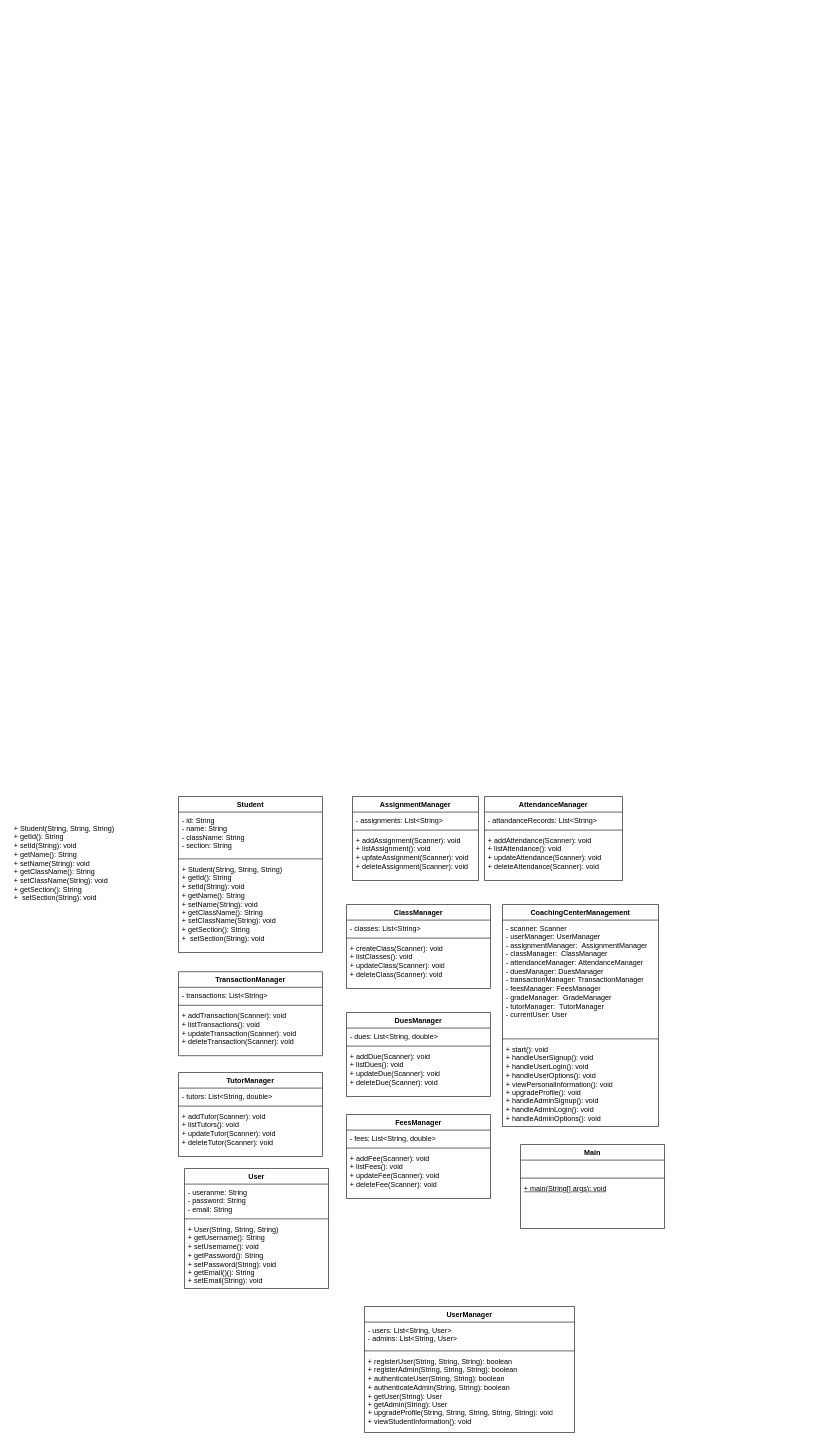
Above: Class Diagram.drawio in istewakhassantewak/Java-project-OOD (draw.io), before the change. Source tidied: cells renumbered, new cells numbered last; positions are measured from the earlier drawing's top-left corner, leaving out a move shared by most shapes. Both pictures are drawn from the tidied source at 60%, with x=0, y=0 at pixel (10, 796).
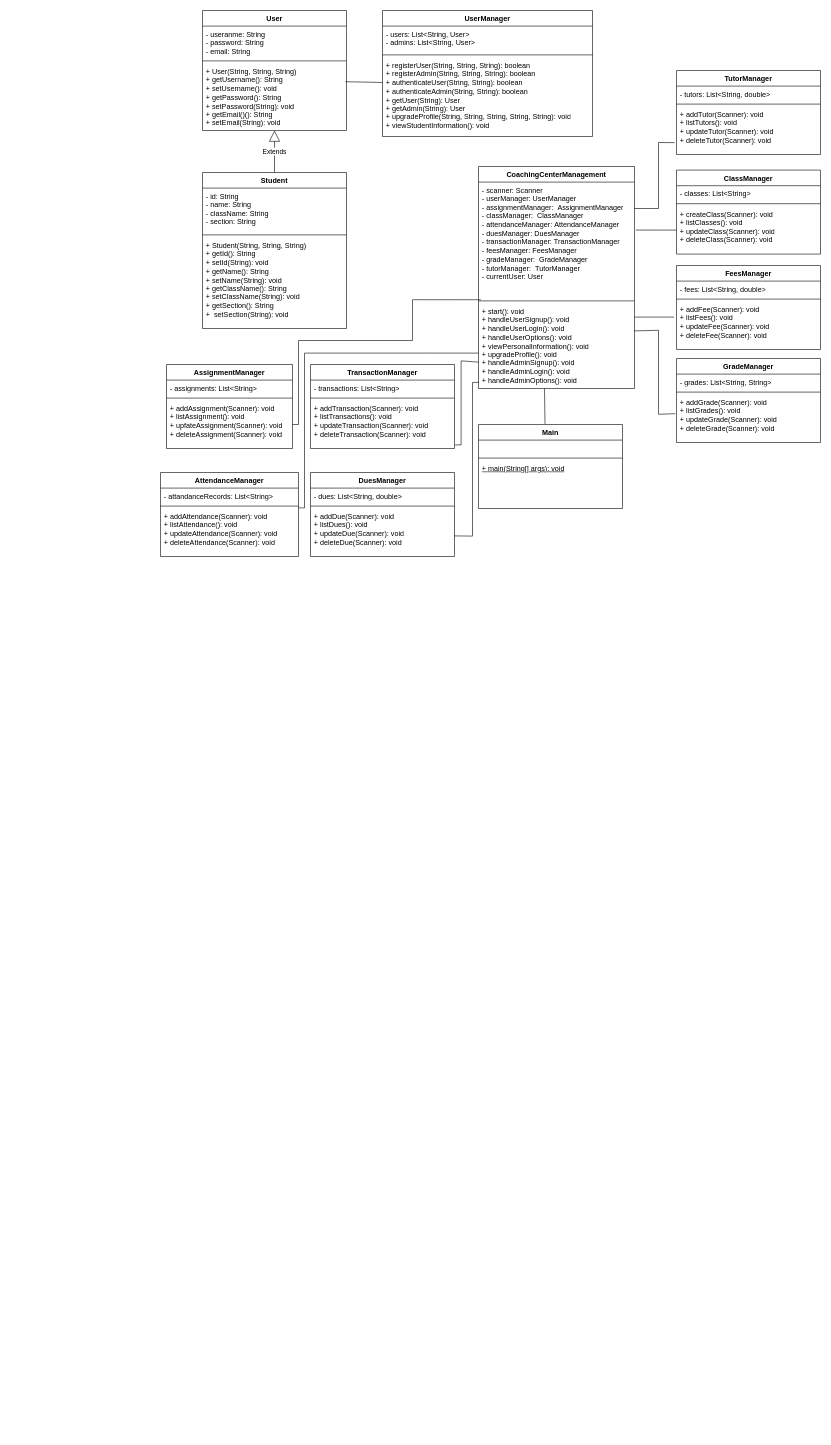
The same page after the edit.

Unchanged cells that the change refers to:
```xml
<mxCell id="5" value="+ addAssignment(Scanner): void&lt;div&gt;+ listAssignment()&lt;span style=&quot;background-color: initial;&quot;&gt;: void&lt;/span&gt;&lt;/div&gt;&lt;div&gt;+ upfateAssignment(Scanner)&lt;span style=&quot;background-color: initial;&quot;&gt;: void&lt;/span&gt;&lt;/div&gt;&lt;div&gt;+ deleteAssignment(Scanner)&lt;span style=&quot;background-color: initial;&quot;&gt;: void&lt;/span&gt;&lt;/div&gt;" style="text;strokeColor=none;fillColor=none;align=left;verticalAlign=top;spacingLeft=4;spacingRight=4;overflow=hidden;points=[[0,0.5],[1,0.5]];portConstraint=eastwest;whiteSpace=wrap;html=1;" parent="2" vertex="1">
  <mxGeometry y="60" width="210" height="80" as="geometry" />
</mxCell>
<mxCell id="13" value="&lt;div&gt;+ createClass(Scanner)&lt;span style=&quot;background-color: initial;&quot;&gt;: void&lt;/span&gt;&lt;/div&gt;&lt;div&gt;+ listClasses()&lt;span style=&quot;background-color: initial;&quot;&gt;: void&lt;/span&gt;&lt;/div&gt;&lt;div&gt;+ updateClass(Scanner)&lt;span style=&quot;background-color: initial;&quot;&gt;: void&lt;/span&gt;&lt;/div&gt;&lt;div&gt;+ deleteClass(Scanner)&lt;span style=&quot;background-color: initial;&quot;&gt;: void&lt;/span&gt;&lt;/div&gt;&lt;div&gt;&lt;br&gt;&lt;/div&gt;" style="text;strokeColor=none;fillColor=none;align=left;verticalAlign=top;spacingLeft=4;spacingRight=4;overflow=hidden;points=[[0,0.5],[1,0.5]];portConstraint=eastwest;whiteSpace=wrap;html=1;" parent="10" vertex="1">
  <mxGeometry y="60" width="240" height="80" as="geometry" />
</mxCell>
<mxCell id="15" value="&lt;div&gt;- scanner&lt;span style=&quot;background-color: initial;&quot;&gt;:&amp;nbsp;&lt;/span&gt;&lt;span style=&quot;background-color: initial;&quot;&gt;Scanner&lt;/span&gt;&lt;span style=&quot;background-color: initial;&quot;&gt;&amp;nbsp;&lt;/span&gt;&lt;/div&gt;&lt;div&gt;- userManager:&amp;nbsp;&lt;span style=&quot;background-color: initial;&quot;&gt;UserManager&lt;/span&gt;&lt;/div&gt;&lt;div&gt;- assignmentManager:&amp;nbsp;&lt;span style=&quot;background-color: initial;&quot;&gt;&amp;nbsp;&lt;/span&gt;&lt;span style=&quot;background-color: initial;&quot;&gt;AssignmentManager&lt;/span&gt;&lt;/div&gt;&lt;div&gt;- classManager:&amp;nbsp;&lt;span style=&quot;background-color: initial;&quot;&gt;&amp;nbsp;&lt;/span&gt;&lt;span style=&quot;background-color: initial;&quot;&gt;ClassManager&lt;/span&gt;&lt;/div&gt;&lt;div&gt;- attendanceManager:&lt;span style=&quot;background-color: initial;&quot;&gt;&amp;nbsp;&lt;/span&gt;&lt;span style=&quot;background-color: initial;&quot;&gt;AttendanceManager&lt;/span&gt;&lt;/div&gt;&lt;div&gt;- duesManager:&lt;span style=&quot;background-color: initial;&quot;&gt;&amp;nbsp;&lt;/span&gt;&lt;span style=&quot;background-color: initial;&quot;&gt;DuesManager&lt;/span&gt;&lt;/div&gt;&lt;div&gt;- transactionManager:&lt;span style=&quot;background-color: initial;&quot;&gt;&amp;nbsp;&lt;/span&gt;&lt;span style=&quot;background-color: initial;&quot;&gt;TransactionManager&lt;/span&gt;&lt;/div&gt;&lt;div&gt;- feesManager:&amp;nbsp;&lt;span style=&quot;background-color: initial;&quot;&gt;FeesManager&lt;/span&gt;&lt;/div&gt;&lt;div&gt;- gradeManager:&amp;nbsp;&lt;span style=&quot;background-color: initial;&quot;&gt;&amp;nbsp;&lt;/span&gt;&lt;span style=&quot;background-color: initial;&quot;&gt;GradeManager&lt;/span&gt;&lt;/div&gt;&lt;div&gt;- tutorManager:&amp;nbsp;&lt;span style=&quot;background-color: initial;&quot;&gt;&amp;nbsp;&lt;/span&gt;&lt;span style=&quot;background-color: initial;&quot;&gt;TutorManager&lt;/span&gt;&lt;/div&gt;&lt;div&gt;- currentUser:&lt;span style=&quot;background-color: initial;&quot;&gt;&amp;nbsp;&lt;/span&gt;&lt;span style=&quot;background-color: initial;&quot;&gt;User&lt;/span&gt;&lt;span style=&quot;background-color: initial;&quot;&gt;&amp;nbsp;&lt;/span&gt;&lt;/div&gt;" style="text;strokeColor=none;fillColor=none;align=left;verticalAlign=top;spacingLeft=4;spacingRight=4;overflow=hidden;points=[[0,0.5],[1,0.5]];portConstraint=eastwest;whiteSpace=wrap;html=1;" parent="14" vertex="1">
  <mxGeometry y="26" width="260" height="194" as="geometry" />
</mxCell>
<mxCell id="17" value="&lt;div&gt;+ start(): void&lt;/div&gt;&lt;div&gt;+&amp;nbsp;handleUserSignup(): void&lt;/div&gt;&lt;div&gt;+&amp;nbsp;handleUserLogin(): void&lt;/div&gt;&lt;div&gt;+&amp;nbsp;handleUserOptions(): void&lt;/div&gt;&lt;div&gt;+&amp;nbsp;viewPersonalInformation(): void&lt;/div&gt;&lt;div&gt;+&amp;nbsp;upgradeProfile(): void&lt;/div&gt;&lt;div&gt;+&amp;nbsp;handleAdminSignup(): void&lt;/div&gt;&lt;div&gt;+&amp;nbsp;handleAdminLogin(): void&lt;/div&gt;&lt;div&gt;+&amp;nbsp;handleAdminOptions(): void&lt;/div&gt;" style="text;strokeColor=none;fillColor=none;align=left;verticalAlign=top;spacingLeft=4;spacingRight=4;overflow=hidden;points=[[0,0.5],[1,0.5]];portConstraint=eastwest;whiteSpace=wrap;html=1;" parent="14" vertex="1">
  <mxGeometry y="228" width="260" height="142" as="geometry" />
</mxCell>
<mxCell id="21" value="&lt;div&gt;+&amp;nbsp;addDue(Scanner)&lt;span style=&quot;background-color: initial;&quot;&gt;: void&lt;/span&gt;&lt;/div&gt;&lt;div&gt;+&amp;nbsp;listDues()&lt;span style=&quot;background-color: initial;&quot;&gt;: void&lt;/span&gt;&lt;/div&gt;&lt;div&gt;+&amp;nbsp;updateDue(Scanner)&lt;span style=&quot;background-color: initial;&quot;&gt;: void&lt;/span&gt;&lt;/div&gt;&lt;div&gt;+&amp;nbsp;deleteDue(Scanner)&lt;span style=&quot;background-color: initial;&quot;&gt;: void&lt;/span&gt;&lt;/div&gt;" style="text;strokeColor=none;fillColor=none;align=left;verticalAlign=top;spacingLeft=4;spacingRight=4;overflow=hidden;points=[[0,0.5],[1,0.5]];portConstraint=eastwest;whiteSpace=wrap;html=1;" parent="18" vertex="1">
  <mxGeometry y="60" width="240" height="80" as="geometry" />
</mxCell>
<mxCell id="25" value="&lt;div&gt;+&amp;nbsp;addFee(Scanner)&lt;span style=&quot;background-color: initial;&quot;&gt;: void&lt;/span&gt;&lt;/div&gt;&lt;div&gt;+&amp;nbsp;listFees()&lt;span style=&quot;background-color: initial;&quot;&gt;: void&lt;/span&gt;&lt;/div&gt;&lt;div&gt;+&amp;nbsp;updateFee(Scanner)&lt;span style=&quot;background-color: initial;&quot;&gt;: void&lt;/span&gt;&lt;/div&gt;&lt;div&gt;+&amp;nbsp;deleteFee(Scanner)&lt;span style=&quot;background-color: initial;&quot;&gt;: void&lt;/span&gt;&lt;/div&gt;" style="text;strokeColor=none;fillColor=none;align=left;verticalAlign=top;spacingLeft=4;spacingRight=4;overflow=hidden;points=[[0,0.5],[1,0.5]];portConstraint=eastwest;whiteSpace=wrap;html=1;" parent="22" vertex="1">
  <mxGeometry y="60" width="240" height="80" as="geometry" />
</mxCell>
<mxCell id="42" value="&lt;div&gt;+&amp;nbsp;addTutor(Scanner)&lt;span style=&quot;background-color: initial;&quot;&gt;: void&lt;/span&gt;&lt;/div&gt;&lt;div&gt;+&amp;nbsp;listTutors()&lt;span style=&quot;background-color: initial;&quot;&gt;: void&lt;/span&gt;&lt;/div&gt;&lt;div&gt;+&amp;nbsp;update&lt;span style=&quot;background-color: initial;&quot;&gt;Tutor&lt;/span&gt;&lt;span style=&quot;background-color: initial;&quot;&gt;(Scanner)&lt;/span&gt;&lt;span style=&quot;background-color: initial;&quot;&gt;: void&lt;/span&gt;&lt;/div&gt;&lt;div&gt;+&amp;nbsp;delete&lt;span style=&quot;background-color: initial;&quot;&gt;Tutor&lt;/span&gt;&lt;span style=&quot;background-color: initial;&quot;&gt;(Scanner)&lt;/span&gt;&lt;span style=&quot;background-color: initial;&quot;&gt;: void&lt;/span&gt;&lt;/div&gt;" style="text;strokeColor=none;fillColor=none;align=left;verticalAlign=top;spacingLeft=4;spacingRight=4;overflow=hidden;points=[[0,0.5],[1,0.5]];portConstraint=eastwest;whiteSpace=wrap;html=1;" parent="39" vertex="1">
  <mxGeometry y="60" width="240" height="80" as="geometry" />
</mxCell>
<mxCell id="46" value="&lt;div&gt;+ User(String, String, String)&lt;/div&gt;&lt;div&gt;+&amp;nbsp;getUsername()&lt;span style=&quot;background-color: initial;&quot;&gt;: String&lt;/span&gt;&lt;/div&gt;&lt;div&gt;+&amp;nbsp;setUsername()&lt;span style=&quot;background-color: initial;&quot;&gt;:&amp;nbsp;void&lt;/span&gt;&lt;/div&gt;&lt;div&gt;+&amp;nbsp;getPassword()&lt;span style=&quot;background-color: initial;&quot;&gt;: String&lt;/span&gt;&lt;/div&gt;&lt;div&gt;+&amp;nbsp;setPassword(String)&lt;span style=&quot;background-color: initial;&quot;&gt;:&amp;nbsp;void&lt;/span&gt;&lt;/div&gt;&lt;div&gt;+ getEmail()()&lt;span style=&quot;background-color: initial;&quot;&gt;: String&lt;/span&gt;&lt;/div&gt;&lt;div&gt;+&amp;nbsp;setEmail(String)&lt;span style=&quot;background-color: initial;&quot;&gt;:&amp;nbsp;void&lt;/span&gt;&lt;/div&gt;" style="text;strokeColor=none;fillColor=none;align=left;verticalAlign=top;spacingLeft=4;spacingRight=4;overflow=hidden;points=[[0,0.5],[1,0.5]];portConstraint=eastwest;whiteSpace=wrap;html=1;" parent="43" vertex="1">
  <mxGeometry y="88" width="240" height="112" as="geometry" />
</mxCell>
<mxCell id="50" value="&lt;div&gt;+&amp;nbsp;registerUser(String, String, String):&amp;nbsp;boolean&lt;/div&gt;&lt;div&gt;+&amp;nbsp;registerAdmin&lt;span style=&quot;background-color: initial;&quot;&gt;(String, String, String)&lt;/span&gt;&lt;span style=&quot;background-color: initial;&quot;&gt;:&amp;nbsp;boolean&lt;/span&gt;&lt;/div&gt;&lt;div&gt;&lt;span style=&quot;background-color: initial;&quot;&gt;+&amp;nbsp;&lt;/span&gt;&lt;span style=&quot;background-color: initial;&quot;&gt;authenticateUser(String, String)&lt;/span&gt;&lt;span style=&quot;background-color: initial;&quot;&gt;:&amp;nbsp;boolean&lt;/span&gt;&lt;/div&gt;&lt;div&gt;&lt;span style=&quot;background-color: initial;&quot;&gt;+&amp;nbsp;&lt;/span&gt;&lt;span style=&quot;background-color: initial;&quot;&gt;authenticateAdmin&lt;/span&gt;&lt;span style=&quot;background-color: initial;&quot;&gt;(String, String)&lt;/span&gt;&lt;span style=&quot;background-color: initial;&quot;&gt;:&amp;nbsp;boolean&lt;/span&gt;&lt;/div&gt;&lt;div&gt;&lt;span style=&quot;background-color: initial;&quot;&gt;+&amp;nbsp;&lt;/span&gt;&lt;span style=&quot;background-color: initial;&quot;&gt;getUser(String)&lt;/span&gt;&lt;span style=&quot;background-color: initial;&quot;&gt;: User&lt;/span&gt;&lt;/div&gt;&lt;div&gt;&lt;span style=&quot;background-color: initial;&quot;&gt;+&amp;nbsp;&lt;/span&gt;&lt;span style=&quot;background-color: initial;&quot;&gt;getAdmin(String)&lt;/span&gt;&lt;span style=&quot;background-color: initial;&quot;&gt;: User&lt;/span&gt;&lt;/div&gt;&lt;div&gt;&lt;span style=&quot;background-color: initial;&quot;&gt;+&amp;nbsp;&lt;/span&gt;&lt;span style=&quot;background-color: initial;&quot;&gt;upgradeProfile(String, String, String, String, String): void&lt;/span&gt;&lt;/div&gt;&lt;div&gt;&lt;span style=&quot;background-color: initial;&quot;&gt;+&amp;nbsp;&lt;/span&gt;&lt;span style=&quot;background-color: initial;&quot;&gt;viewStudentInformation(): void&lt;/span&gt;&lt;/div&gt;&lt;div&gt;&lt;br&gt;&lt;/div&gt;" style="text;strokeColor=none;fillColor=none;align=left;verticalAlign=top;spacingLeft=4;spacingRight=4;overflow=hidden;points=[[0,0.5],[1,0.5]];portConstraint=eastwest;whiteSpace=wrap;html=1;" parent="47" vertex="1">
  <mxGeometry y="78" width="350" height="132" as="geometry" />
</mxCell>
```

What changed in the source:
```diff
@@
     <mxCell id="2" value="AssignmentManager" style="swimlane;fontStyle=1;align=center;verticalAlign=top;horizontal=1;startSize=26;whiteSpace=wrap;html=1;" parent="1" vertex="1">
-      <mxGeometry x="570" width="210" height="140" as="geometry" />
+      <mxGeometry x="260" y="-720" width="210" height="140" as="geometry" />
     </mxCell>
@@
     <mxCell id="6" value="AttendanceManager" style="swimlane;fontStyle=1;align=center;verticalAlign=top;horizontal=1;startSize=26;whiteSpace=wrap;html=1;" parent="1" vertex="1">
-      <mxGeometry x="790" width="230" height="140" as="geometry" />
+      <mxGeometry x="250" y="-540" width="230" height="140" as="geometry" />
     </mxCell>
@@
     <mxCell id="10" value="ClassManager" style="swimlane;fontStyle=1;align=center;verticalAlign=top;horizontal=1;startSize=26;whiteSpace=wrap;html=1;" parent="1" vertex="1">
-      <mxGeometry x="560" y="180" width="240" height="140" as="geometry" />
+      <mxGeometry x="1110" y="-1044" width="240" height="140" as="geometry" />
     </mxCell>
@@
     <mxCell id="14" value="CoachingCenterManagement" style="swimlane;fontStyle=1;align=center;verticalAlign=top;horizontal=1;startSize=26;whiteSpace=wrap;html=1;" parent="1" vertex="1">
-      <mxGeometry x="820" y="180" width="260" height="370" as="geometry" />
+      <mxGeometry x="780" y="-1050" width="260" height="370" as="geometry" />
     </mxCell>
@@
+    <mxCell id="51" style="endArrow=none;html=1;rounded=0;exitX=1;exitY=0.5;exitDx=0;exitDy=0;" parent="14" edge="1">
+      <mxGeometry relative="1" as="geometry">
+        <mxPoint x="-39" y="464" as="sourcePoint" />
+        <mxPoint y="326" as="targetPoint" />
+        <Array as="points">
+          <mxPoint x="-29" y="464" />
+          <mxPoint x="-29" y="324" />
+        </Array>
+      </mxGeometry>
+    </mxCell>
@@
     <mxCell id="18" value="DuesManager" style="swimlane;fontStyle=1;align=center;verticalAlign=top;horizontal=1;startSize=26;whiteSpace=wrap;html=1;" parent="1" vertex="1">
-      <mxGeometry x="560" y="360" width="240" height="140" as="geometry" />
+      <mxGeometry x="500" y="-540" width="240" height="140" as="geometry" />
     </mxCell>
@@
     <mxCell id="22" value="FeesManager" style="swimlane;fontStyle=1;align=center;verticalAlign=top;horizontal=1;startSize=26;whiteSpace=wrap;html=1;" parent="1" vertex="1">
-      <mxGeometry x="560" y="530" width="240" height="140" as="geometry" />
+      <mxGeometry x="1110" y="-885" width="240" height="140" as="geometry" />
     </mxCell>
@@
     <mxCell id="26" value="Student" style="swimlane;fontStyle=1;align=center;verticalAlign=top;horizontal=1;startSize=26;whiteSpace=wrap;html=1;" parent="1" vertex="1">
-      <mxGeometry x="280" width="240" height="260" as="geometry" />
+      <mxGeometry x="320" y="-1040" width="240" height="260" as="geometry" />
     </mxCell>
@@
     <mxCell id="30" value="Main" style="swimlane;fontStyle=1;align=center;verticalAlign=top;horizontal=1;startSize=26;whiteSpace=wrap;html=1;" parent="1" vertex="1">
-      <mxGeometry x="850" y="580" width="240" height="140" as="geometry" />
+      <mxGeometry x="780" y="-620" width="240" height="140" as="geometry" />
     </mxCell>
@@
-    <mxCell id="34" value="&lt;div&gt;+&amp;nbsp;Student(String, String, String)&lt;/div&gt;&lt;div&gt;+&amp;nbsp;getId()&lt;span style=&quot;background-color: initial;&quot;&gt;: String&lt;/span&gt;&lt;/div&gt;&lt;div&gt;+&amp;nbsp;setId(String)&lt;span style=&quot;background-color: initial;&quot;&gt;:&amp;nbsp;void&lt;/span&gt;&lt;/div&gt;&lt;div&gt;+&amp;nbsp;getName()&lt;span style=&quot;background-color: initial;&quot;&gt;: String&lt;/span&gt;&lt;/div&gt;&lt;div&gt;+&amp;nbsp;setName(String)&lt;span style=&quot;background-color: initial;&quot;&gt;:&amp;nbsp;void&lt;/span&gt;&lt;/div&gt;&lt;div&gt;+&amp;nbsp;getClassName()&lt;span style=&quot;background-color: initial;&quot;&gt;: String&lt;/span&gt;&lt;/div&gt;&lt;div&gt;+&amp;nbsp;setClassName(String)&lt;span style=&quot;background-color: initial;&quot;&gt;:&amp;nbsp;void&lt;/span&gt;&lt;/div&gt;&lt;div&gt;+&amp;nbsp;getSection()&lt;span style=&quot;background-color: initial;&quot;&gt;: String&lt;/span&gt;&lt;/div&gt;&lt;div&gt;&lt;span style=&quot;background-color: initial;&quot;&gt;+&amp;nbsp;&lt;/span&gt;&lt;span style=&quot;background-color: initial;&quot;&gt;&amp;nbsp;setSection(String): void&lt;/span&gt;&lt;/div&gt;" style="text;strokeColor=none;fillColor=none;align=left;verticalAlign=top;spacingLeft=4;spacingRight=4;overflow=hidden;whiteSpace=wrap;html=1;" parent="1" vertex="1">
-      <mxGeometry y="40" width="240" height="152" as="geometry" />
-    </mxCell>
     <mxCell id="35" value="TransactionManager" style="swimlane;fontStyle=1;align=center;verticalAlign=top;horizontal=1;startSize=26;whiteSpace=wrap;html=1;" parent="1" vertex="1">
-      <mxGeometry x="280" y="292" width="240" height="140" as="geometry" />
+      <mxGeometry x="500" y="-720" width="240" height="140" as="geometry" />
     </mxCell>
@@
+    <mxCell id="52" style="endArrow=none;html=1;rounded=0;exitX=1;exitY=0.5;exitDx=0;exitDy=0;" parent="35" edge="1">
+      <mxGeometry relative="1" as="geometry">
+        <mxPoint x="-20" y="239" as="sourcePoint" />
+        <mxPoint x="280" y="-19" as="targetPoint" />
+        <Array as="points">
+          <mxPoint x="-10" y="239" />
+          <mxPoint x="-10" y="99" />
+          <mxPoint x="-10" y="-19" />
+          <mxPoint x="200" y="-19" />
+        </Array>
+      </mxGeometry>
+    </mxCell>
@@
     <mxCell id="39" value="TutorManager" style="swimlane;fontStyle=1;align=center;verticalAlign=top;horizontal=1;startSize=26;whiteSpace=wrap;html=1;" parent="1" vertex="1">
-      <mxGeometry x="280" y="460" width="240" height="140" as="geometry" />
+      <mxGeometry x="1110" y="-1210" width="240" height="140" as="geometry" />
     </mxCell>
@@
     <mxCell id="43" value="User" style="swimlane;fontStyle=1;align=center;verticalAlign=top;horizontal=1;startSize=26;whiteSpace=wrap;html=1;" parent="1" vertex="1">
-      <mxGeometry x="290" y="620" width="240" height="200" as="geometry" />
+      <mxGeometry x="320" y="-1310" width="240" height="200" as="geometry" />
     </mxCell>
@@
     <mxCell id="47" value="UserManager" style="swimlane;fontStyle=1;align=center;verticalAlign=top;horizontal=1;startSize=26;whiteSpace=wrap;html=1;" parent="1" vertex="1">
-      <mxGeometry x="590" y="850" width="350" height="210" as="geometry" />
+      <mxGeometry x="620" y="-1310" width="350" height="210" as="geometry" />
     </mxCell>
@@
+    <mxCell id="53" value="Extends" style="endArrow=block;endSize=16;endFill=0;html=1;rounded=0;exitX=0.5;exitY=0;exitDx=0;exitDy=0;" parent="1" edge="1" source="26" target="46">
+      <mxGeometry relative="1" as="geometry" />
+    </mxCell>
+    <mxCell id="54" style="endArrow=none;html=1;rounded=0;exitX=0.993;exitY=0.274;exitDx=0;exitDy=0;exitPerimeter=0;entryX=0;entryY=0.318;entryDx=0;entryDy=0;entryPerimeter=0;" parent="1" edge="1" source="46" target="50">
+      <mxGeometry relative="1" as="geometry" />
+    </mxCell>
+    <mxCell id="55" style="endArrow=none;html=1;rounded=0;entryX=0.535;entryY=1.028;entryDx=0;entryDy=0;entryPerimeter=0;exitX=0.583;exitY=0.021;exitDx=0;exitDy=0;exitPerimeter=0;" parent="1" edge="1">
+      <mxGeometry relative="1" as="geometry">
+        <mxPoint x="890.8" y="-621" as="sourcePoint" />
+        <mxPoint x="890" y="-680" as="targetPoint" />
+      </mxGeometry>
+    </mxCell>
+    <mxCell id="56" style="endArrow=none;html=1;rounded=0;exitX=1;exitY=0.5;exitDx=0;exitDy=0;entryX=0.015;entryY=-0.042;entryDx=0;entryDy=0;entryPerimeter=0;" parent="1" edge="1" source="5" target="17">
+      <mxGeometry relative="1" as="geometry">
+        <Array as="points">
+          <mxPoint x="480" y="-620" />
+          <mxPoint x="480" y="-760" />
+          <mxPoint x="670" y="-760" />
+          <mxPoint x="670" y="-828" />
+        </Array>
+      </mxGeometry>
+    </mxCell>
+    <mxCell id="57" style="endArrow=none;html=1;rounded=0;entryX=0;entryY=0.5;entryDx=0;entryDy=0;exitX=1.008;exitY=0.412;exitDx=0;exitDy=0;exitPerimeter=0;" parent="1" edge="1" source="15" target="13">
+      <mxGeometry relative="1" as="geometry" />
+    </mxCell>
+    <mxCell id="58" style="endArrow=none;html=1;rounded=0;entryX=-0.017;entryY=0.325;entryDx=0;entryDy=0;entryPerimeter=0;exitX=1;exitY=0.31;exitDx=0;exitDy=0;exitPerimeter=0;" parent="1" edge="1" target="25">
+      <mxGeometry relative="1" as="geometry">
+        <mxPoint x="1040" y="-799" as="sourcePoint" />
+      </mxGeometry>
+    </mxCell>
+    <mxCell id="59" style="endArrow=none;html=1;rounded=0;exitX=0.997;exitY=0.571;exitDx=0;exitDy=0;exitPerimeter=0;entryX=0.003;entryY=0.927;entryDx=0;entryDy=0;entryPerimeter=0;" parent="1" edge="1" source="21" target="17">
+      <mxGeometry relative="1" as="geometry">
+        <Array as="points">
+          <mxPoint x="770" y="-434" />
+          <mxPoint x="770" y="-690" />
+        </Array>
+      </mxGeometry>
+    </mxCell>
+    <mxCell id="60" value="GradeManager" style="swimlane;fontStyle=1;align=center;verticalAlign=top;horizontal=1;startSize=26;whiteSpace=wrap;html=1;" parent="1" vertex="1">
+      <mxGeometry x="1110" y="-730" width="240" height="140" as="geometry" />
+    </mxCell>
+    <mxCell id="61" value="- grades: List&amp;lt;String, String&amp;gt;" style="text;strokeColor=none;fillColor=none;align=left;verticalAlign=top;spacingLeft=4;spacingRight=4;overflow=hidden;whiteSpace=wrap;html=1;" parent="60" vertex="1">
+      <mxGeometry y="26" width="240" height="26" as="geometry" />
+    </mxCell>
+    <mxCell id="62" style="line;strokeWidth=1;fillColor=none;align=left;verticalAlign=middle;spacingTop=-1;spacingLeft=3;spacingRight=3;labelPosition=right;strokeColor=inherit;" parent="60" vertex="1">
+      <mxGeometry y="52" width="240" height="8" as="geometry" />
+    </mxCell>
+    <mxCell id="63" value="&lt;div&gt;+&amp;nbsp;addGrade(Scanner)&lt;span style=&quot;background-color: initial;&quot;&gt;: void&lt;/span&gt;&lt;/div&gt;&lt;div&gt;+&amp;nbsp;listGrades()&lt;span style=&quot;background-color: initial;&quot;&gt;: void&lt;/span&gt;&lt;/div&gt;&lt;div&gt;+&amp;nbsp;updateGrade(Scanner)&lt;span style=&quot;background-color: initial;&quot;&gt;: void&lt;/span&gt;&lt;/div&gt;&lt;div&gt;+&amp;nbsp;deleteGrade(Scanner)&lt;span style=&quot;background-color: initial;&quot;&gt;: void&lt;/span&gt;&lt;/div&gt;" style="text;strokeColor=none;fillColor=none;align=left;verticalAlign=top;spacingLeft=4;spacingRight=4;overflow=hidden;whiteSpace=wrap;html=1;" parent="60" vertex="1">
+      <mxGeometry y="60" width="240" height="80" as="geometry" />
+    </mxCell>
+    <mxCell id="64" style="endArrow=none;html=1;rounded=0;exitX=1.008;exitY=0.412;exitDx=0;exitDy=0;exitPerimeter=0;entryX=-0.013;entryY=0.753;entryDx=0;entryDy=0;entryPerimeter=0;" parent="1" edge="1" target="42">
+      <mxGeometry relative="1" as="geometry">
+        <mxPoint x="1040" y="-980" as="sourcePoint" />
+        <Array as="points">
+          <mxPoint x="1080" y="-980" />
+          <mxPoint x="1080" y="-1090" />
+        </Array>
+      </mxGeometry>
+    </mxCell>
+    <mxCell id="65" style="endArrow=none;html=1;rounded=0;exitX=1;exitY=0.31;exitDx=0;exitDy=0;exitPerimeter=0;entryX=-0.008;entryY=0.238;entryDx=0;entryDy=0;entryPerimeter=0;" parent="1" edge="1">
+      <mxGeometry relative="1" as="geometry">
+        <mxPoint x="1039" y="-776" as="sourcePoint" />
+        <mxPoint x="1108.1" y="-638" as="targetPoint" />
+        <Array as="points">
+          <mxPoint x="1080" y="-777" />
+          <mxPoint x="1080" y="-637" />
+        </Array>
+      </mxGeometry>
+    </mxCell>
```
